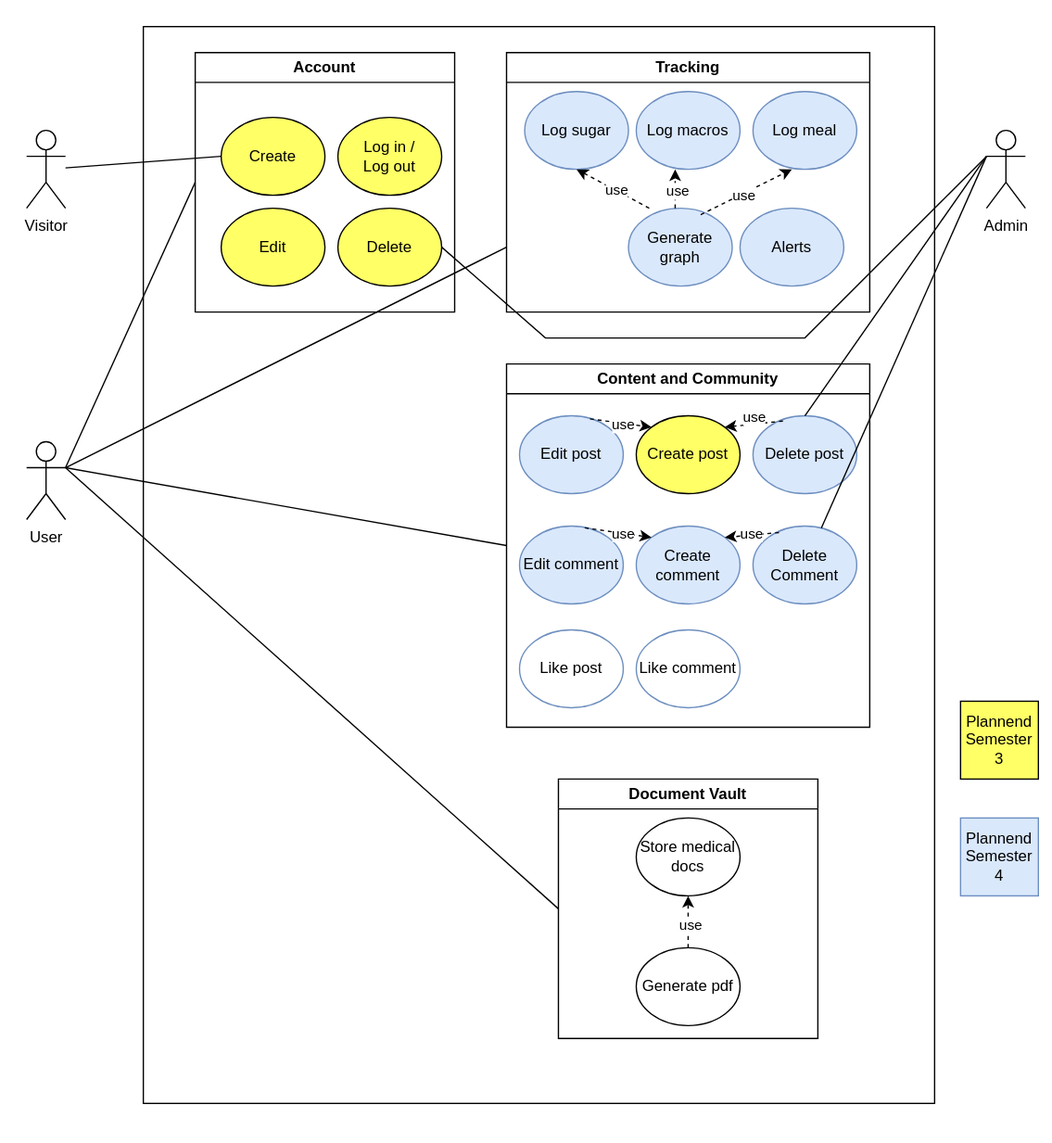
The draw.io diagram docs/UCD2.drawio.svg in millisom/GluGuide, before a commit. Source tidied: cells renumbered, new cells last; positions are measured from the earlier drawing's top-left corner, leaving out a move shared by most shapes.
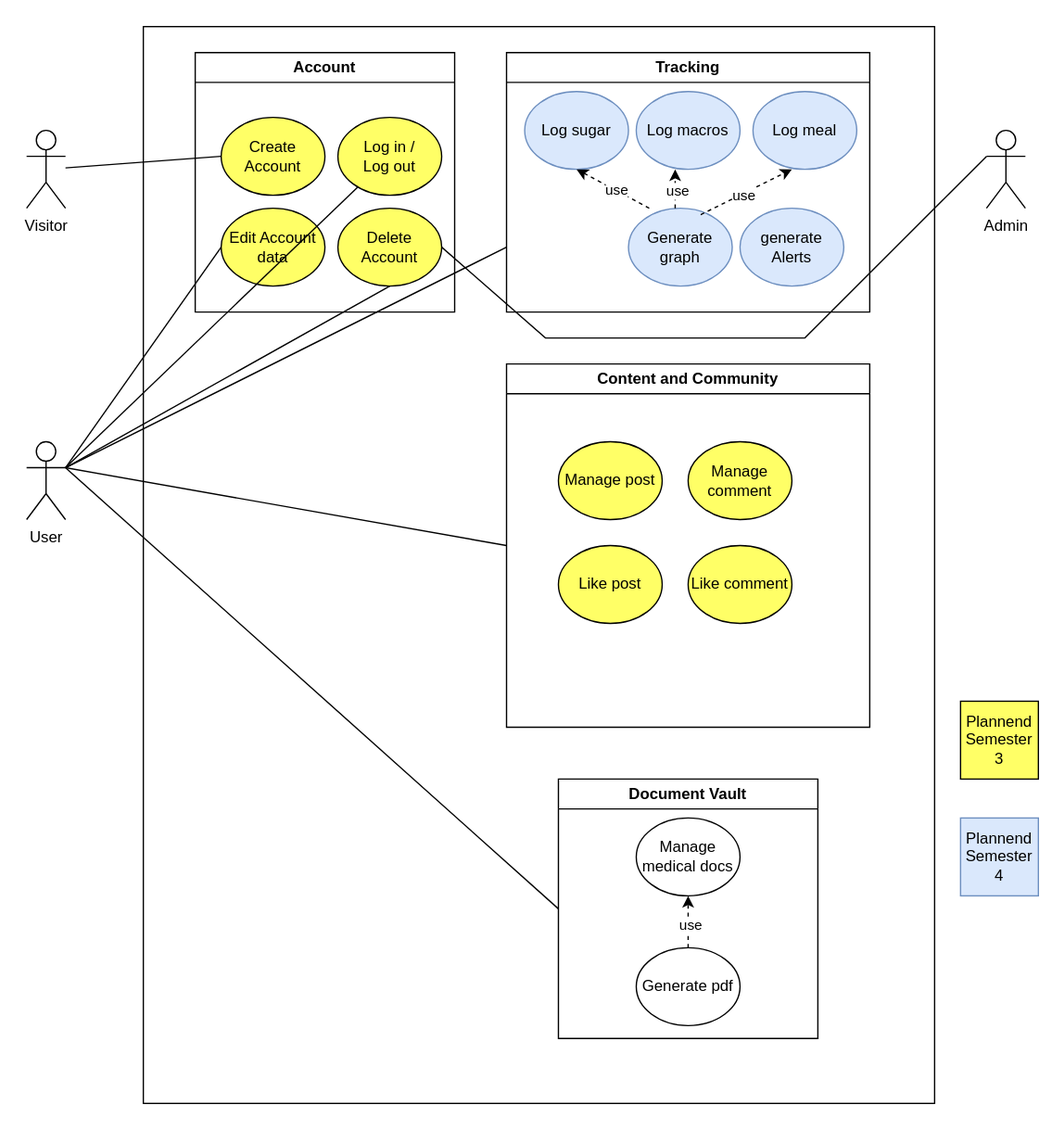
The same file after the commit.

Change to the diagram source:
```diff
@@ -11,7 +11,7 @@
     <mxCell id="4" style="rounded=0;whiteSpace=wrap;html=1;" parent="3" vertex="1">
       <mxGeometry x="-40" y="-20" width="610" height="830" as="geometry" />
     </mxCell>
-    <mxCell id="5" value="Create" style="ellipse;whiteSpace=wrap;html=1;fillColor=#FFFF66;" parent="3" vertex="1">
+    <mxCell id="5" value="Create Account" style="ellipse;whiteSpace=wrap;html=1;fillColor=#FFFF66;" parent="3" vertex="1">
       <mxGeometry x="20" y="50" width="80" height="60" as="geometry" />
     </mxCell>
     <mxCell id="6" value="Log in /&lt;br&gt;Log out" style="ellipse;whiteSpace=wrap;html=1;fillColor=#FFFF66;" parent="3" vertex="1">
@@ -20,10 +20,10 @@
     <mxCell id="7" value="Account" style="swimlane;whiteSpace=wrap;html=1;" parent="3" vertex="1">
       <mxGeometry width="200" height="200" as="geometry" />
     </mxCell>
-    <mxCell id="8" value="Edit" style="ellipse;whiteSpace=wrap;html=1;fillColor=#FFFF66;" parent="7" vertex="1">
+    <mxCell id="8" value="Edit Account data" style="ellipse;whiteSpace=wrap;html=1;fillColor=#FFFF66;" parent="7" vertex="1">
       <mxGeometry x="20" y="120" width="80" height="60" as="geometry" />
     </mxCell>
-    <mxCell id="9" value="Delete" style="ellipse;whiteSpace=wrap;html=1;fillColor=#FFFF66;" parent="7" vertex="1">
+    <mxCell id="9" value="Delete Account" style="ellipse;whiteSpace=wrap;html=1;fillColor=#FFFF66;" parent="7" vertex="1">
       <mxGeometry x="110" y="120" width="80" height="60" as="geometry" />
     </mxCell>
     <mxCell id="10" style="edgeStyle=orthogonalEdgeStyle;rounded=0;jettySize=auto;html=1;exitX=0.5;exitY=1;exitDx=0;exitDy=0;entryX=0.23;entryY=0.265;entryDx=0;entryDy=0;entryPerimeter=0;" parent="3" edge="1" source="7" target="4">
@@ -49,25 +49,16 @@
     <mxCell id="16" value="Log macros" style="ellipse;whiteSpace=wrap;html=1;fillColor=#dae8fc;strokeColor=#6c8ebf;" parent="3" vertex="1">
       <mxGeometry x="340" y="30" width="80" height="60" as="geometry" />
     </mxCell>
-    <mxCell id="17" value="Alerts" style="ellipse;whiteSpace=wrap;html=1;fillColor=#dae8fc;strokeColor=#6c8ebf;" parent="3" vertex="1">
+    <mxCell id="17" value="generate Alerts" style="ellipse;whiteSpace=wrap;html=1;fillColor=#dae8fc;strokeColor=#6c8ebf;" parent="3" vertex="1">
       <mxGeometry x="420" y="120" width="80" height="60" as="geometry" />
     </mxCell>
-    <mxCell id="18" value="Delete post" style="ellipse;whiteSpace=wrap;html=1;fillColor=#dae8fc;strokeColor=#6c8ebf;" parent="3" vertex="1">
-      <mxGeometry x="430" y="280" width="80" height="60" as="geometry" />
-    </mxCell>
-    <mxCell id="19" value="Edit comment" style="ellipse;whiteSpace=wrap;html=1;fillColor=#dae8fc;strokeColor=#6c8ebf;" parent="3" vertex="1">
-      <mxGeometry x="250" y="365" width="80" height="60" as="geometry" />
-    </mxCell>
-    <mxCell id="20" value="Delete Comment" style="ellipse;whiteSpace=wrap;html=1;fillColor=#dae8fc;strokeColor=#6c8ebf;" parent="3" vertex="1">
-      <mxGeometry x="430" y="365" width="80" height="60" as="geometry" />
-    </mxCell>
     <mxCell id="21" value="Tracking" style="swimlane;whiteSpace=wrap;html=1;" parent="1" vertex="1">
       <mxGeometry x="390" y="40" width="280" height="200" as="geometry" />
     </mxCell>
     <mxCell id="22" value="Document Vault" style="swimlane;whiteSpace=wrap;html=1;" parent="1" vertex="1">
       <mxGeometry x="430" y="600" width="200" height="200" as="geometry" />
     </mxCell>
-    <mxCell id="23" value="Store medical docs" style="ellipse;whiteSpace=wrap;html=1;" parent="22" vertex="1">
+    <mxCell id="23" value="Manage medical docs" style="ellipse;whiteSpace=wrap;html=1;" parent="22" vertex="1">
       <mxGeometry x="60" y="30" width="80" height="60" as="geometry" />
     </mxCell>
     <mxCell id="24" value="Generate pdf" style="ellipse;whiteSpace=wrap;html=1;" parent="22" vertex="1">
@@ -82,28 +73,17 @@
     <mxCell id="27" value="Content and Community" style="swimlane;whiteSpace=wrap;html=1;" parent="1" vertex="1">
       <mxGeometry x="390" y="280" width="280" height="280" as="geometry" />
     </mxCell>
-    <mxCell id="28" value="Create post" style="ellipse;whiteSpace=wrap;html=1;fillColor=#FFFF66;" parent="27" vertex="1">
-      <mxGeometry x="100" y="40" width="80" height="60" as="geometry" />
+    <mxCell id="28" value="Manage post" style="ellipse;whiteSpace=wrap;html=1;fillColor=#FFFF66;" parent="27" vertex="1">
+      <mxGeometry x="40" y="60" width="80" height="60" as="geometry" />
     </mxCell>
-    <mxCell id="29" value="Like comment" style="ellipse;whiteSpace=wrap;html=1;fillColor=none;strokeColor=#6c8ebf;" parent="27" vertex="1">
-      <mxGeometry x="100" y="205" width="80" height="60" as="geometry" />
+    <mxCell id="29" value="Like comment" style="ellipse;whiteSpace=wrap;html=1;fillColor=#FFFF66;strokeColor=#000000;" parent="27" vertex="1">
+      <mxGeometry x="140" y="140" width="80" height="60" as="geometry" />
     </mxCell>
-    <mxCell id="30" value="Edit post" style="ellipse;whiteSpace=wrap;html=1;fillColor=#dae8fc;strokeColor=#6c8ebf;" parent="27" vertex="1">
-      <mxGeometry x="10" y="40" width="80" height="60" as="geometry" />
-    </mxCell>
-    <mxCell id="31" style="endArrow=classic;html=1;rounded=0;dashed=1;exitX=0.679;exitY=0.039;exitDx=0;exitDy=0;entryX=0;entryY=0;entryDx=0;entryDy=0;exitPerimeter=0;" parent="27" edge="1" source="30" target="28">
-      <mxGeometry relative="1" as="geometry" />
-    </mxCell>
-    <mxCell id="32" value="use" style="edgeLabel;html=1;align=center;verticalAlign=middle;" parent="31" vertex="1">
-      <mxGeometry x="-0.09" y="-1" relative="1" as="geometry">
-        <mxPoint x="4" as="offset" />
-      </mxGeometry>
-    </mxCell>
-    <mxCell id="33" value="Like post" style="ellipse;whiteSpace=wrap;html=1;fillColor=none;strokeColor=#6c8ebf;" parent="27" vertex="1">
-      <mxGeometry x="10" y="205" width="80" height="60" as="geometry" />
+    <mxCell id="33" value="Like post" style="ellipse;whiteSpace=wrap;html=1;fillColor=#FFFF66;strokeColor=#000000;" parent="27" vertex="1">
+      <mxGeometry x="40" y="140" width="80" height="60" as="geometry" />
     </mxCell>
-    <mxCell id="34" value="Create comment" style="ellipse;whiteSpace=wrap;html=1;fillColor=#dae8fc;strokeColor=#6c8ebf;" parent="27" vertex="1">
-      <mxGeometry x="100" y="125" width="80" height="60" as="geometry" />
+    <mxCell id="34" value="Manage comment" style="ellipse;whiteSpace=wrap;html=1;fillColor=#FFFF66;strokeColor=#000000;" parent="27" vertex="1">
+      <mxGeometry x="140" y="60" width="80" height="60" as="geometry" />
     </mxCell>
     <mxCell id="35" value="Visitor" style="shape=umlActor;verticalLabelPosition=bottom;verticalAlign=top;html=1;outlineConnect=0;" parent="1" vertex="1">
       <mxGeometry x="20" y="100" width="30" height="60" as="geometry" />
@@ -117,7 +97,7 @@
     <mxCell id="38" style="endArrow=none;html=1;rounded=0;entryX=0;entryY=0.5;entryDx=0;entryDy=0;" parent="1" edge="1" source="35" target="5">
       <mxGeometry relative="1" as="geometry" />
     </mxCell>
-    <mxCell id="39" style="endArrow=none;html=1;rounded=0;entryX=0;entryY=0.5;entryDx=0;entryDy=0;" parent="1" edge="1" target="7">
+    <mxCell id="39" style="endArrow=none;html=1;rounded=0;entryX=0;entryY=0.5;entryDx=0;entryDy=0;" parent="1" edge="1" target="8">
       <mxGeometry relative="1" as="geometry">
         <mxPoint x="50" y="360" as="sourcePoint" />
       </mxGeometry>
@@ -137,14 +117,6 @@
         <mxPoint x="50" y="360" as="targetPoint" />
       </mxGeometry>
     </mxCell>
-    <mxCell id="43" style="endArrow=none;html=1;rounded=0;entryX=0;entryY=0.3333333333333333;entryDx=0;entryDy=0;entryPerimeter=0;exitX=0.5;exitY=0;exitDx=0;exitDy=0;" parent="1" edge="1" source="18" target="37">
-      <mxGeometry relative="1" as="geometry" />
-    </mxCell>
-    <mxCell id="44" style="endArrow=none;html=1;rounded=0;" parent="1" edge="1" source="20">
-      <mxGeometry relative="1" as="geometry">
-        <mxPoint x="760" y="120" as="targetPoint" />
-      </mxGeometry>
-    </mxCell>
     <mxCell id="45" style="endArrow=none;html=1;rounded=0;entryX=1;entryY=0.5;entryDx=0;entryDy=0;exitX=0;exitY=0.3333333333333333;exitDx=0;exitDy=0;exitPerimeter=0;" parent="1" edge="1" source="37" target="9">
       <mxGeometry relative="1" as="geometry">
         <Array as="points">
@@ -170,37 +142,21 @@
     <mxCell id="49" value="use" style="edgeLabel;html=1;align=center;verticalAlign=middle;" parent="48" vertex="1">
       <mxGeometry x="-0.09" y="-1" relative="1" as="geometry" />
     </mxCell>
-    <mxCell id="50" style="endArrow=classic;html=1;rounded=0;dashed=1;exitX=1;exitY=0;exitDx=0;exitDy=0;entryX=1;entryY=0;entryDx=0;entryDy=0;" parent="1" edge="1" target="34">
-      <mxGeometry relative="1" as="geometry">
-        <mxPoint x="600" y="410" as="sourcePoint" />
-      </mxGeometry>
-    </mxCell>
-    <mxCell id="51" value="use" style="edgeLabel;html=1;align=center;verticalAlign=middle;" parent="50" vertex="1">
-      <mxGeometry x="-0.09" y="-1" relative="1" as="geometry">
-        <mxPoint x="-2" as="offset" />
-      </mxGeometry>
-    </mxCell>
-    <mxCell id="52" style="endArrow=classic;html=1;rounded=0;dashed=1;entryX=1;entryY=0;entryDx=0;entryDy=0;exitX=0.288;exitY=0.067;exitDx=0;exitDy=0;exitPerimeter=0;" parent="1" edge="1" source="18" target="28">
-      <mxGeometry relative="1" as="geometry" />
-    </mxCell>
-    <mxCell id="53" value="use" style="edgeLabel;html=1;align=center;verticalAlign=middle;" parent="52" vertex="1">
-      <mxGeometry x="-0.09" y="-1" relative="1" as="geometry">
-        <mxPoint x="-2" y="-5" as="offset" />
-      </mxGeometry>
-    </mxCell>
     <mxCell id="54" value="Plannend&lt;br&gt;Semester 3" style="rounded=0;whiteSpace=wrap;html=1;fillColor=#FFFF66;" parent="1" vertex="1">
       <mxGeometry x="740" y="540" width="60" height="60" as="geometry" />
     </mxCell>
     <mxCell id="55" value="Plannend&lt;br&gt;Semester&lt;br&gt;4" style="rounded=0;whiteSpace=wrap;html=1;fillColor=#dae8fc;strokeColor=#6c8ebf;" parent="1" vertex="1">
       <mxGeometry x="740" y="630" width="60" height="60" as="geometry" />
     </mxCell>
-    <mxCell id="56" style="endArrow=classic;html=1;rounded=0;dashed=1;entryX=0;entryY=0;entryDx=0;entryDy=0;exitX=0.629;exitY=0.022;exitDx=0;exitDy=0;exitPerimeter=0;" parent="1" edge="1" source="19" target="34">
-      <mxGeometry relative="1" as="geometry" />
-    </mxCell>
-    <mxCell id="57" value="use" style="edgeLabel;html=1;align=center;verticalAlign=middle;" parent="56" vertex="1">
-      <mxGeometry x="-0.09" y="-1" relative="1" as="geometry">
-        <mxPoint x="6" as="offset" />
-      </mxGeometry>
-    </mxCell>
+    <mxCell id="58" style="endArrow=none;html=1;rounded=0;entryX=0.5;entryY=1;entryDx=0;entryDy=0;" parent="1" edge="1" target="9">
+      <mxGeometry relative="1" as="geometry">
+        <mxPoint x="50" y="360" as="sourcePoint" />
+      </mxGeometry>
+    </mxCell>
+    <mxCell id="59" style="endArrow=none;html=1;rounded=0;" parent="1" edge="1" target="6">
+      <mxGeometry relative="1" as="geometry">
+        <mxPoint x="50" y="360" as="sourcePoint" />
+      </mxGeometry>
+    </mxCell>
   </root>
 </mxGraphModel>
```
